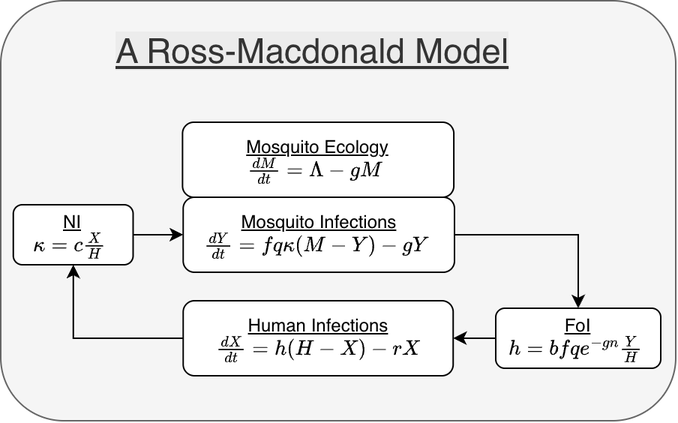
Earlier version of the draw.io export vignettes/RossMacdonaldFormal.png (dd-harp/ramp.xds). Source tidied: cells renumbered, new cells last; positions are measured from the earlier drawing's top-left corner, leaving out a move shared by most shapes.
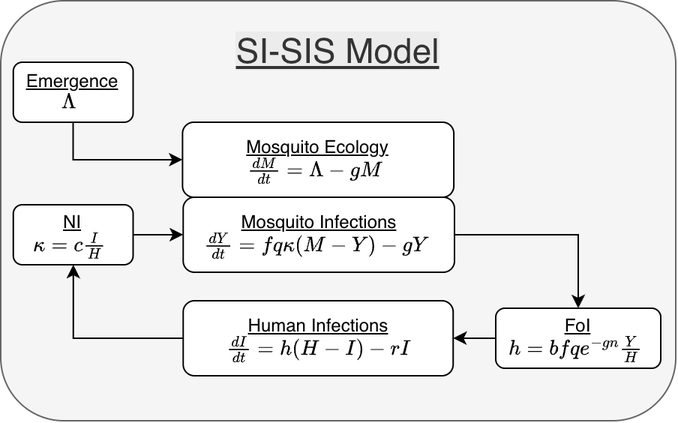
The same diagram one commit later.

Change to the diagram source:
```diff
@@ -13,7 +13,7 @@
     <mxCell id="4" style="edgeStyle=orthogonalEdgeStyle;rounded=0;jettySize=auto;html=1;exitX=0;exitY=0.5;exitDx=0;exitDy=0;" parent="1" edge="1" source="5" target="14">
       <mxGeometry relative="1" as="geometry" />
     </mxCell>
-    <mxCell id="5" value="&lt;u&gt;Human Infections&lt;/u&gt;&lt;u&gt;&lt;br&gt;&lt;/u&gt;\(&amp;nbsp;\frac{dX}{dt} = h(H-X)-rX&amp;nbsp; \)" style="rounded=1;whiteSpace=wrap;html=1;align=center;" parent="1" vertex="1">
+    <mxCell id="5" value="&lt;u&gt;Human Infections&lt;/u&gt;&lt;u&gt;&lt;br&gt;&lt;/u&gt;\(&amp;nbsp;\frac{dI}{dt} = h(H-I)-rI&amp;nbsp; \)" style="rounded=1;whiteSpace=wrap;html=1;align=center;" parent="1" vertex="1">
       <mxGeometry x="121.6" y="200" width="180" height="50" as="geometry" />
     </mxCell>
     <mxCell id="6" style="edgeStyle=orthogonalEdgeStyle;rounded=0;orthogonalLoop=1;jettySize=auto;html=1;exitX=1;exitY=0.5;exitDx=0;exitDy=0;entryX=0;entryY=0.5;entryDx=0;entryDy=0;fontSize=6;" parent="1" edge="1">
@@ -46,14 +46,20 @@
     <mxCell id="13" style="edgeStyle=orthogonalEdgeStyle;rounded=0;jettySize=auto;html=1;exitX=1;exitY=0.5;exitDx=0;exitDy=0;entryX=0;entryY=0.5;entryDx=0;entryDy=0;" parent="1" edge="1" source="14" target="8">
       <mxGeometry relative="1" as="geometry" />
     </mxCell>
-    <mxCell id="14" value="&lt;u&gt;NI&lt;br&gt;&lt;/u&gt;\( \kappa = c \frac{X}{H} \)&amp;nbsp;" style="rounded=1;whiteSpace=wrap;html=1;align=center;" parent="1" vertex="1">
+    <mxCell id="14" value="&lt;u&gt;NI&lt;br&gt;&lt;/u&gt;\( \kappa = c \frac{I}{H} \)&amp;nbsp;" style="rounded=1;whiteSpace=wrap;html=1;align=center;" parent="1" vertex="1">
       <mxGeometry x="8.4" y="136" width="79.9" height="40" as="geometry" />
     </mxCell>
-    <mxCell id="15" value="&lt;br style=&quot;forced-color-adjust: none; color: rgb(51, 51, 51); font-family: Helvetica; font-size: 23px; font-style: normal; font-variant-ligatures: normal; font-variant-caps: normal; font-weight: 400; letter-spacing: normal; orphans: 2; text-align: center; text-indent: 0px; text-transform: none; widows: 2; word-spacing: 0px; -webkit-text-stroke-width: 0px; white-space: normal; background-color: rgb(236, 236, 236); text-decoration-thickness: initial; text-decoration-style: initial; text-decoration-color: initial;&quot;&gt;&lt;u style=&quot;forced-color-adjust: none; color: rgb(51, 51, 51); font-family: Helvetica; font-size: 23px; font-style: normal; font-variant-ligatures: normal; font-variant-caps: normal; font-weight: 400; letter-spacing: normal; orphans: 2; text-align: center; text-indent: 0px; text-transform: none; widows: 2; word-spacing: 0px; -webkit-text-stroke-width: 0px; white-space: normal; background-color: rgb(236, 236, 236);&quot;&gt;A Ross-Macdonald Model&lt;/u&gt;" style="text;whiteSpace=wrap;html=1;" parent="1" vertex="1">
+    <mxCell id="15" value="&lt;br style=&quot;forced-color-adjust: none; color: rgb(51, 51, 51); font-family: Helvetica; font-size: 23px; font-style: normal; font-variant-ligatures: normal; font-variant-caps: normal; font-weight: 400; letter-spacing: normal; orphans: 2; text-indent: 0px; text-transform: none; widows: 2; word-spacing: 0px; -webkit-text-stroke-width: 0px; white-space: normal; background-color: rgb(236, 236, 236); text-decoration-thickness: initial; text-decoration-style: initial; text-decoration-color: initial;&quot;&gt;&lt;u style=&quot;forced-color-adjust: none; color: rgb(51, 51, 51); font-family: Helvetica; font-size: 23px; font-style: normal; font-variant-ligatures: normal; font-variant-caps: normal; font-weight: 400; letter-spacing: normal; orphans: 2; text-indent: 0px; text-transform: none; widows: 2; word-spacing: 0px; -webkit-text-stroke-width: 0px; white-space: normal; background-color: rgb(236, 236, 236);&quot;&gt;SI-SIS Model&lt;/u&gt;" style="text;whiteSpace=wrap;html=1;align=center;" parent="1" vertex="1">
       <mxGeometry x="75" width="300" height="70" as="geometry" />
     </mxCell>
     <mxCell id="16" value="&lt;u&gt;Mosquito Ecology&lt;br&gt;&lt;/u&gt;\( \frac{dM}{dt} = \Lambda- g M\)&amp;nbsp;" style="rounded=1;whiteSpace=wrap;html=1;align=center;" parent="1" vertex="1">
       <mxGeometry x="121.2" y="81" width="180.9" height="50" as="geometry" />
     </mxCell>
+    <mxCell id="17" style="edgeStyle=orthogonalEdgeStyle;rounded=0;jettySize=auto;html=1;exitX=0.5;exitY=1;exitDx=0;exitDy=0;" parent="1" edge="1" source="18" target="16">
+      <mxGeometry relative="1" as="geometry" />
+    </mxCell>
+    <mxCell id="18" value="&lt;u&gt;Emergence&lt;br&gt;&lt;/u&gt;\( \Lambda \)&amp;nbsp;" style="rounded=1;whiteSpace=wrap;html=1;align=center;" parent="1" vertex="1">
+      <mxGeometry x="8.4" y="41" width="79.9" height="40" as="geometry" />
+    </mxCell>
   </root>
 </mxGraphModel>
```
